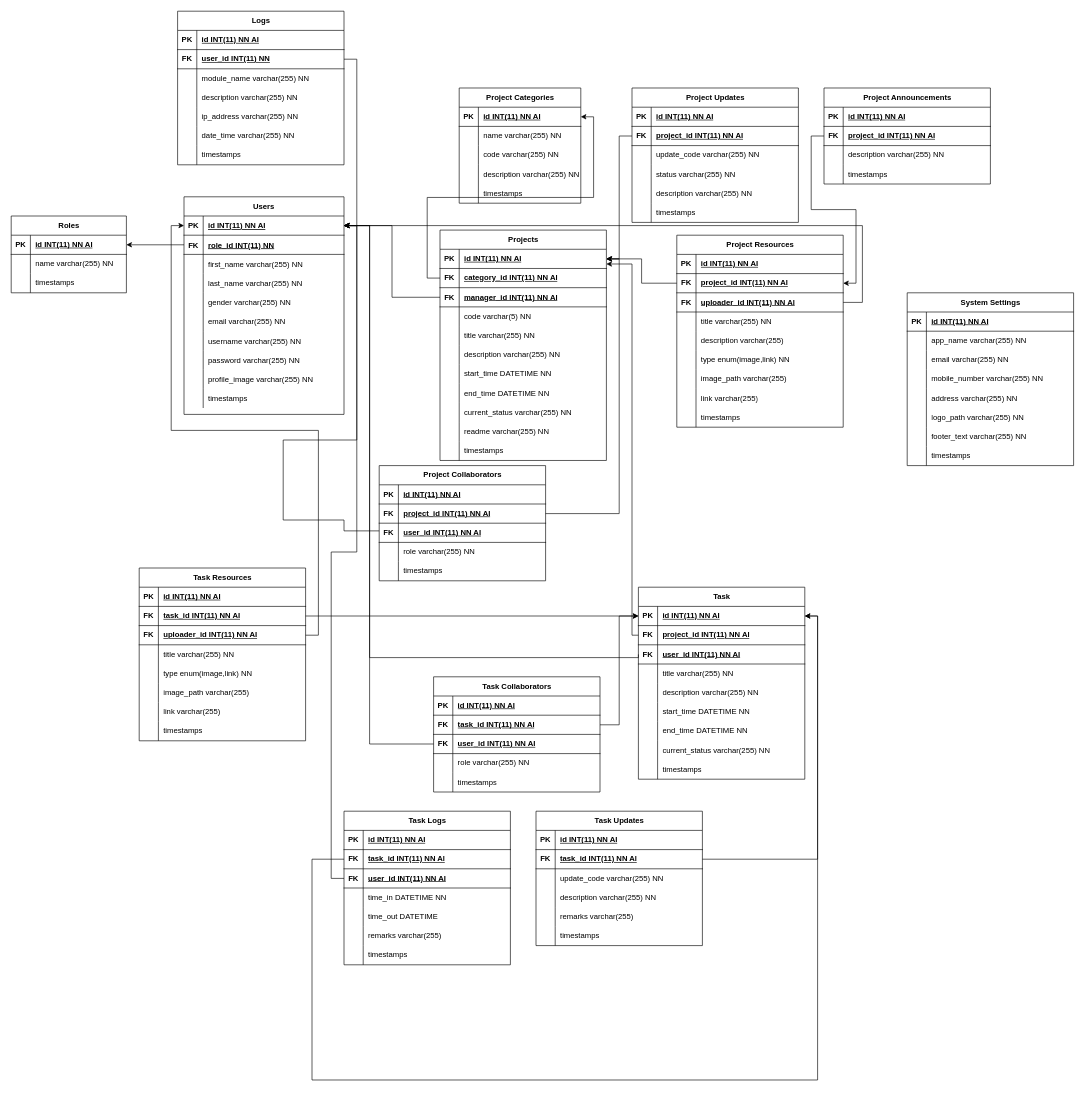
Earlier version of the draw.io diagram ERD.drawio (Loydie0423/Project-Management-System). Source tidied: cells renumbered, new cells numbered last; positions are measured from the earlier drawing's top-left corner, leaving out a move shared by most shapes. Both pictures are drawn from the tidied source at 64%, with x=0, y=0 at pixel (11, 11).
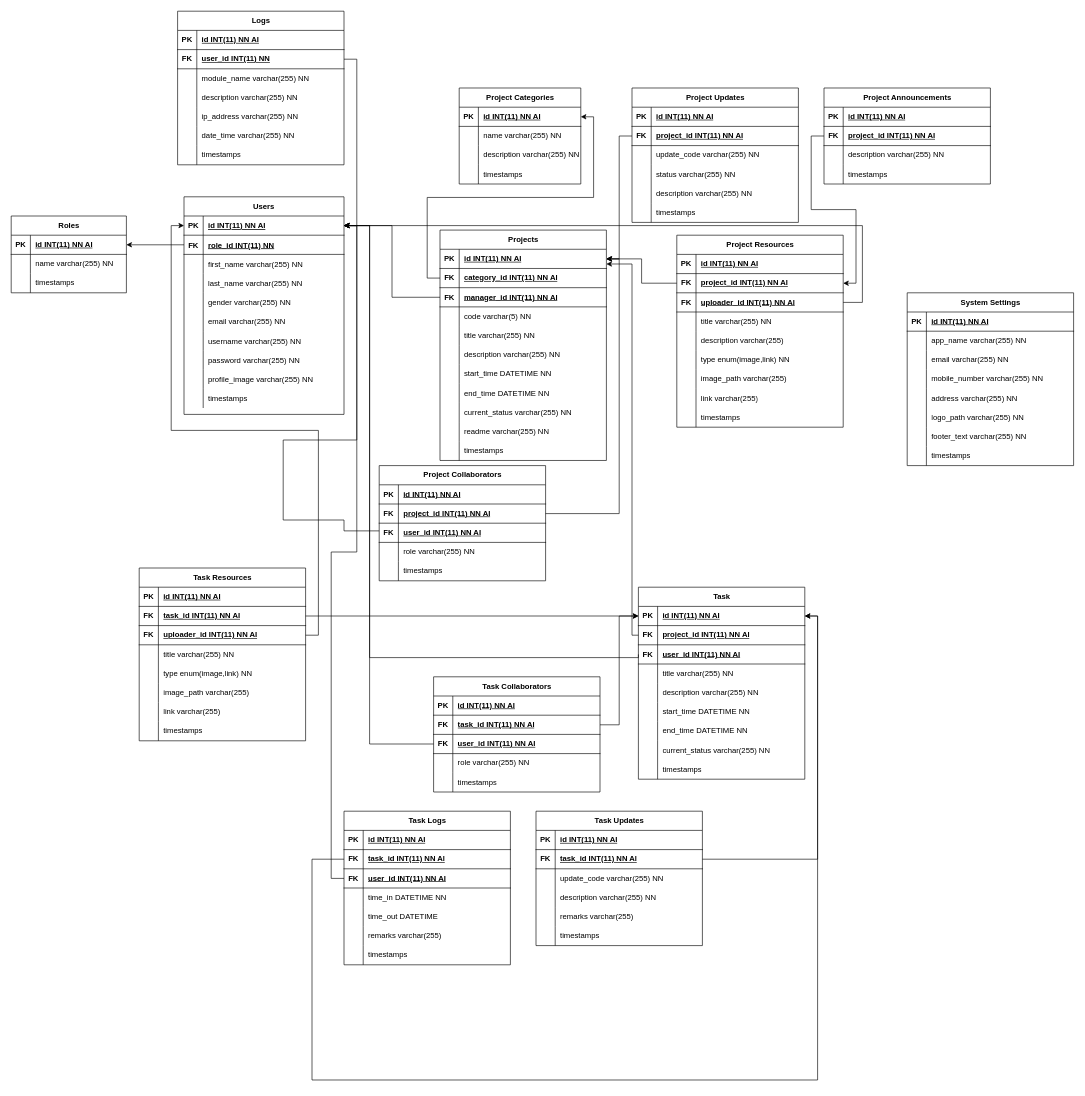
Above is the later version.

Diff of the diagram source:
```diff
@@
     <mxCell id="263" value="Project Categories" style="shape=table;startSize=30;childLayout=tableLayout;rowLines=0;fontStyle=1;align=center;html=1;" parent="1" vertex="1">
-      <mxGeometry x="700" y="120" width="190" height="180" as="geometry" />
+      <mxGeometry x="700" y="120" width="190" height="150" as="geometry" />
     </mxCell>
@@
-    <mxCell id="270" style="shape=tableRow;horizontal=0;startSize=0;swimlaneHead=0;swimlaneBody=0;fillColor=none;top=0;left=0;right=0;bottom=0;" parent="263" vertex="1">
-      <mxGeometry y="90" width="190" height="30" as="geometry" />
-    </mxCell>
-    <mxCell id="271" style="shape=partialRectangle;fillColor=none;top=0;left=0;bottom=0;right=0;overflow=hidden;whiteSpace=wrap;html=1;" parent="270" vertex="1">
-      <mxGeometry width="30" height="30" as="geometry" />
-    </mxCell>
-    <mxCell id="272" value="code varchar(255) NN" style="shape=partialRectangle;fillColor=none;top=0;left=0;bottom=0;right=0;align=left;spacingLeft=6;overflow=hidden;whiteSpace=wrap;html=1;" parent="270" vertex="1">
-      <mxGeometry x="30" width="160" height="30" as="geometry" />
-    </mxCell>
     <mxCell id="273" style="shape=tableRow;horizontal=0;startSize=0;swimlaneHead=0;swimlaneBody=0;fillColor=none;top=0;left=0;right=0;bottom=0;" parent="263" vertex="1">
-      <mxGeometry y="120" width="190" height="30" as="geometry" />
+      <mxGeometry y="90" width="190" height="30" as="geometry" />
     </mxCell>
@@
     <mxCell id="276" style="shape=tableRow;horizontal=0;startSize=0;swimlaneHead=0;swimlaneBody=0;fillColor=none;top=0;left=0;right=0;bottom=0;" parent="263" vertex="1">
-      <mxGeometry y="150" width="190" height="30" as="geometry" />
+      <mxGeometry y="120" width="190" height="30" as="geometry" />
     </mxCell>
```
